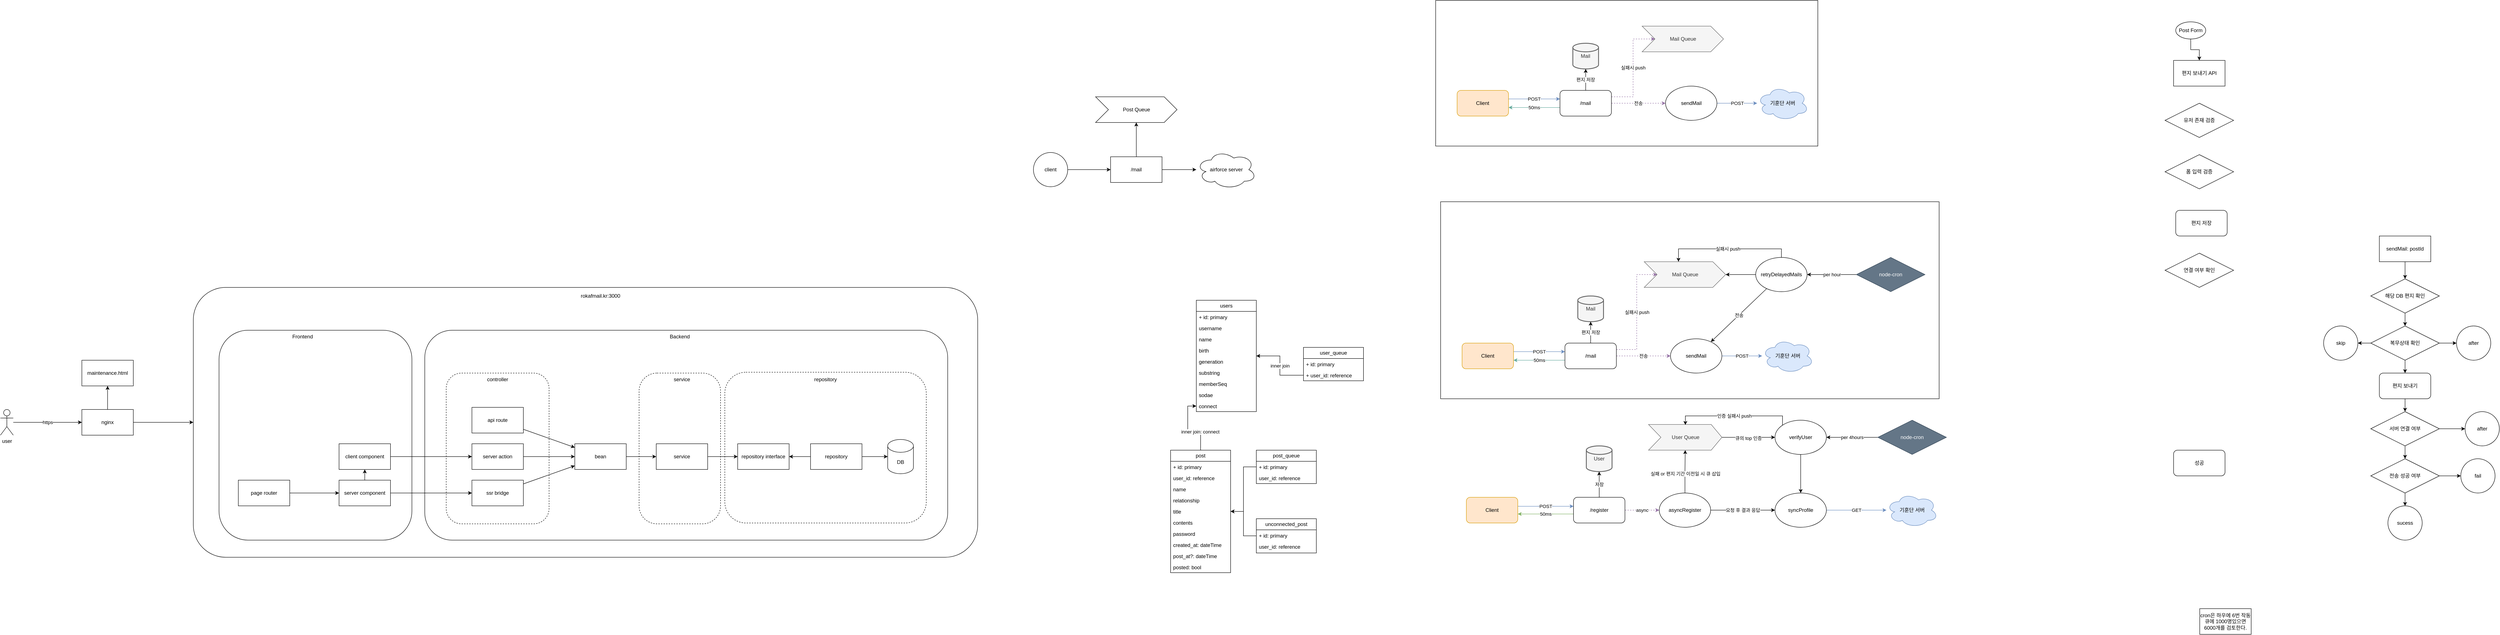
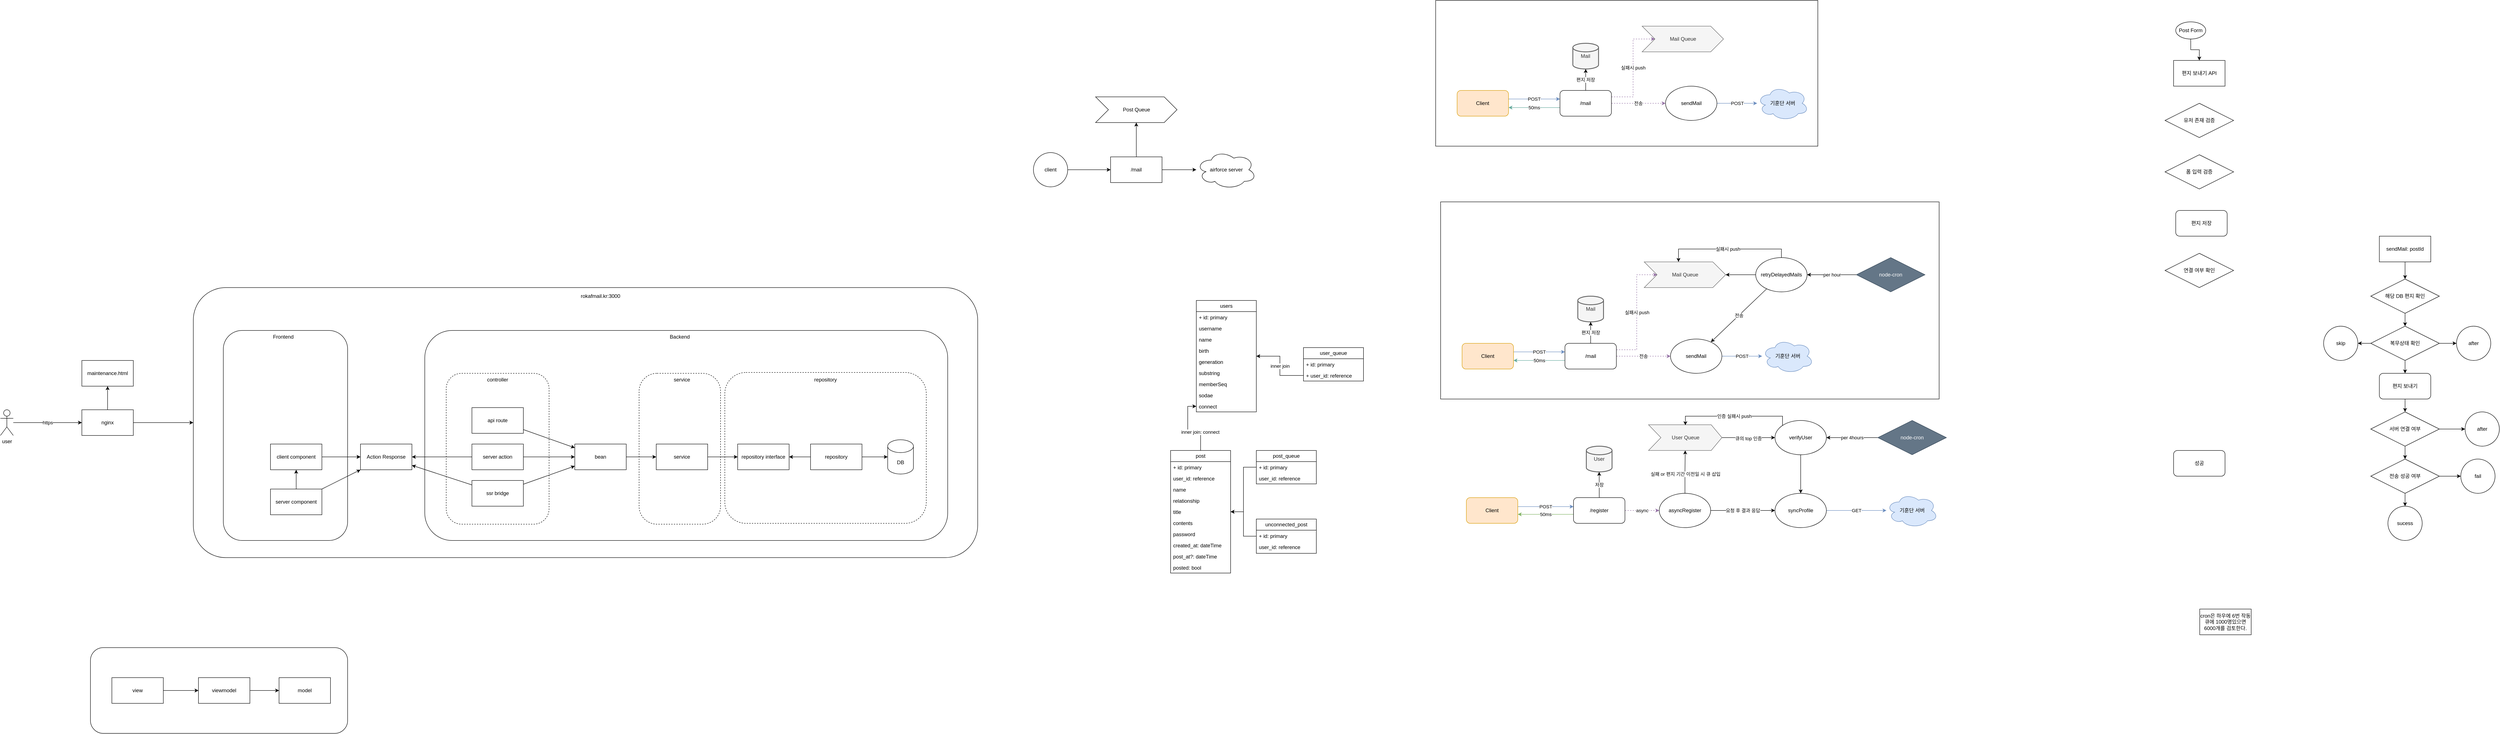
- <mxfile host="app.diagrams.net" modified="2024-07-03T14:45:11.833Z" agent="Mozilla/5.0 (Windows NT 10.0; Win64; x64) AppleWebKit/537.36 (KHTML, like Gecko) Chrome/98.0.4758.102 Safari/537.36" etag="49V6ztZTlKD86482JQOC" version="24.6.4" type="github">
+ <mxfile host="app.diagrams.net" modified="2024-07-03T15:05:26.590Z" agent="Mozilla/5.0 (Windows NT 10.0; Win64; x64) AppleWebKit/537.36 (KHTML, like Gecko) Chrome/98.0.4758.102 Safari/537.36" etag="-XnKcRCWqJ4PHCTnG_m4" version="24.6.4" type="github">
  <diagram name="페이지-1" id="YYIqQqlZSumYDMB_ZiYN">
-     <mxGraphModel dx="5220" dy="2188" grid="1" gridSize="10" guides="1" tooltips="1" connect="1" arrows="1" fold="1" page="1" pageScale="1" pageWidth="827" pageHeight="1169" math="0" shadow="0">
+     <mxGraphModel dx="4817" dy="1973" grid="1" gridSize="10" guides="1" tooltips="1" connect="1" arrows="1" fold="1" page="1" pageScale="1" pageWidth="827" pageHeight="1169" math="0" shadow="0">
      <root>
        <mxCell id="0" />
        <mxCell id="1" parent="0" />
+         <mxCell id="HjyYQR78wkuJb60IUFvB-73" value="" style="rounded=1;whiteSpace=wrap;html=1;arcSize=15;" vertex="1" parent="1">
+           <mxGeometry x="-2440" y="1060" width="600" height="200" as="geometry" />
+         </mxCell>
        <mxCell id="HjyYQR78wkuJb60IUFvB-56" value="" style="rounded=1;whiteSpace=wrap;html=1;arcSize=12;" vertex="1" parent="1">
          <mxGeometry x="-2200" y="220" width="1830" height="630" as="geometry" />
        </mxCell>
        <mxCell id="HjyYQR78wkuJb60IUFvB-39" value="" style="rounded=1;whiteSpace=wrap;html=1;arcSize=15;" vertex="1" parent="1">
-           <mxGeometry x="-2140" y="320" width="450" height="490" as="geometry" />
+           <mxGeometry x="-2130" y="320" width="290" height="490" as="geometry" />
        </mxCell>
        <mxCell id="HjyYQR78wkuJb60IUFvB-35" value="" style="rounded=1;whiteSpace=wrap;html=1;arcSize=13;" vertex="1" parent="1">
          <mxGeometry x="-1660" y="320" width="1220" height="490" as="geometry" />
        </mxCell>
        <mxCell id="HjyYQR78wkuJb60IUFvB-37" value="" style="rounded=1;whiteSpace=wrap;html=1;dashed=1;arcSize=22;" vertex="1" parent="1">
          <mxGeometry x="-1160" y="420" width="190" height="352" as="geometry" />
        </mxCell>
        <mxCell id="HjyYQR78wkuJb60IUFvB-32" value="" style="rounded=1;whiteSpace=wrap;html=1;dashed=1;arcSize=14;" vertex="1" parent="1">
          <mxGeometry x="-960" y="418" width="470" height="352" as="geometry" />
        </mxCell>
        <mxCell id="HjyYQR78wkuJb60IUFvB-33" value="repository" style="text;html=1;align=center;verticalAlign=middle;whiteSpace=wrap;rounded=0;" vertex="1" parent="1">
          <mxGeometry x="-755" y="420" width="60" height="30" as="geometry" />
        </mxCell>
        <mxCell id="HjyYQR78wkuJb60IUFvB-30" value="" style="rounded=1;whiteSpace=wrap;html=1;dashed=1;" vertex="1" parent="1">
          <mxGeometry x="-1610" y="420" width="240" height="352" as="geometry" />
        </mxCell>
        <mxCell id="cLTC8Ta03XSz9wgc8oL8-10" value="" style="rounded=0;whiteSpace=wrap;html=1;" parent="1" vertex="1">
          <mxGeometry x="710" y="20" width="1163" height="460" as="geometry" />
        </mxCell>
        <mxCell id="AZsRamwOxZUp80OkMe_C-2" value="users" style="swimlane;fontStyle=0;childLayout=stackLayout;horizontal=1;startSize=26;fillColor=none;horizontalStack=0;resizeParent=1;resizeParentMax=0;resizeLast=0;collapsible=1;marginBottom=0;whiteSpace=wrap;html=1;" parent="1" vertex="1">
          <mxGeometry x="140" y="250" width="140" height="260" as="geometry" />
        </mxCell>
        <mxCell id="AZsRamwOxZUp80OkMe_C-3" value="+ id: primary" style="text;strokeColor=none;fillColor=none;align=left;verticalAlign=top;spacingLeft=4;spacingRight=4;overflow=hidden;rotatable=0;points=[[0,0.5],[1,0.5]];portConstraint=eastwest;whiteSpace=wrap;html=1;" parent="AZsRamwOxZUp80OkMe_C-2" vertex="1">
          <mxGeometry y="26" width="140" height="26" as="geometry" />
        </mxCell>
        <mxCell id="AZsRamwOxZUp80OkMe_C-4" value="username" style="text;strokeColor=none;fillColor=none;align=left;verticalAlign=top;spacingLeft=4;spacingRight=4;overflow=hidden;rotatable=0;points=[[0,0.5],[1,0.5]];portConstraint=eastwest;whiteSpace=wrap;html=1;" parent="AZsRamwOxZUp80OkMe_C-2" vertex="1">
          <mxGeometry y="52" width="140" height="26" as="geometry" />
        </mxCell>
        <mxCell id="AZsRamwOxZUp80OkMe_C-5" value="name" style="text;strokeColor=none;fillColor=none;align=left;verticalAlign=top;spacingLeft=4;spacingRight=4;overflow=hidden;rotatable=0;points=[[0,0.5],[1,0.5]];portConstraint=eastwest;whiteSpace=wrap;html=1;" parent="AZsRamwOxZUp80OkMe_C-2" vertex="1">
          <mxGeometry y="78" width="140" height="26" as="geometry" />
        </mxCell>
        <mxCell id="AZsRamwOxZUp80OkMe_C-10" value="birth" style="text;strokeColor=none;fillColor=none;align=left;verticalAlign=top;spacingLeft=4;spacingRight=4;overflow=hidden;rotatable=0;points=[[0,0.5],[1,0.5]];portConstraint=eastwest;whiteSpace=wrap;html=1;" parent="AZsRamwOxZUp80OkMe_C-2" vertex="1">
          <mxGeometry y="104" width="140" height="26" as="geometry" />
        </mxCell>
        <mxCell id="AZsRamwOxZUp80OkMe_C-11" value="generation" style="text;strokeColor=none;fillColor=none;align=left;verticalAlign=top;spacingLeft=4;spacingRight=4;overflow=hidden;rotatable=0;points=[[0,0.5],[1,0.5]];portConstraint=eastwest;whiteSpace=wrap;html=1;" parent="AZsRamwOxZUp80OkMe_C-2" vertex="1">
          <mxGeometry y="130" width="140" height="26" as="geometry" />
        </mxCell>
        <mxCell id="AZsRamwOxZUp80OkMe_C-12" value="substring" style="text;strokeColor=none;fillColor=none;align=left;verticalAlign=top;spacingLeft=4;spacingRight=4;overflow=hidden;rotatable=0;points=[[0,0.5],[1,0.5]];portConstraint=eastwest;whiteSpace=wrap;html=1;" parent="AZsRamwOxZUp80OkMe_C-2" vertex="1">
          <mxGeometry y="156" width="140" height="26" as="geometry" />
        </mxCell>
        <mxCell id="AZsRamwOxZUp80OkMe_C-15" value="memberSeq" style="text;strokeColor=none;fillColor=none;align=left;verticalAlign=top;spacingLeft=4;spacingRight=4;overflow=hidden;rotatable=0;points=[[0,0.5],[1,0.5]];portConstraint=eastwest;whiteSpace=wrap;html=1;" parent="AZsRamwOxZUp80OkMe_C-2" vertex="1">
          <mxGeometry y="182" width="140" height="26" as="geometry" />
        </mxCell>
        <mxCell id="AZsRamwOxZUp80OkMe_C-14" value="sodae" style="text;strokeColor=none;fillColor=none;align=left;verticalAlign=top;spacingLeft=4;spacingRight=4;overflow=hidden;rotatable=0;points=[[0,0.5],[1,0.5]];portConstraint=eastwest;whiteSpace=wrap;html=1;" parent="AZsRamwOxZUp80OkMe_C-2" vertex="1">
          <mxGeometry y="208" width="140" height="26" as="geometry" />
        </mxCell>
        <mxCell id="AZsRamwOxZUp80OkMe_C-16" value="connect" style="text;strokeColor=none;fillColor=none;align=left;verticalAlign=top;spacingLeft=4;spacingRight=4;overflow=hidden;rotatable=0;points=[[0,0.5],[1,0.5]];portConstraint=eastwest;whiteSpace=wrap;html=1;" parent="AZsRamwOxZUp80OkMe_C-2" vertex="1">
          <mxGeometry y="234" width="140" height="26" as="geometry" />
        </mxCell>
        <mxCell id="AZsRamwOxZUp80OkMe_C-6" value="user_queue" style="swimlane;fontStyle=0;childLayout=stackLayout;horizontal=1;startSize=26;fillColor=none;horizontalStack=0;resizeParent=1;resizeParentMax=0;resizeLast=0;collapsible=1;marginBottom=0;whiteSpace=wrap;html=1;" parent="1" vertex="1">
          <mxGeometry x="390" y="360" width="140" height="78" as="geometry" />
        </mxCell>
        <mxCell id="AZsRamwOxZUp80OkMe_C-18" value="+ id: primary" style="text;strokeColor=none;fillColor=none;align=left;verticalAlign=top;spacingLeft=4;spacingRight=4;overflow=hidden;rotatable=0;points=[[0,0.5],[1,0.5]];portConstraint=eastwest;whiteSpace=wrap;html=1;" parent="AZsRamwOxZUp80OkMe_C-6" vertex="1">
          <mxGeometry y="26" width="140" height="26" as="geometry" />
        </mxCell>
        <mxCell id="AZsRamwOxZUp80OkMe_C-7" value="+ user_id: reference" style="text;strokeColor=none;fillColor=none;align=left;verticalAlign=top;spacingLeft=4;spacingRight=4;overflow=hidden;rotatable=0;points=[[0,0.5],[1,0.5]];portConstraint=eastwest;whiteSpace=wrap;html=1;" parent="AZsRamwOxZUp80OkMe_C-6" vertex="1">
          <mxGeometry y="52" width="140" height="26" as="geometry" />
        </mxCell>
        <mxCell id="AZsRamwOxZUp80OkMe_C-19" value="inner join" style="edgeStyle=orthogonalEdgeStyle;rounded=0;orthogonalLoop=1;jettySize=auto;html=1;" parent="1" source="AZsRamwOxZUp80OkMe_C-7" target="AZsRamwOxZUp80OkMe_C-2" edge="1">
          <mxGeometry relative="1" as="geometry" />
        </mxCell>
        <mxCell id="F6sanjwA14LKa2ckui42-2" style="edgeStyle=orthogonalEdgeStyle;rounded=0;orthogonalLoop=1;jettySize=auto;html=1;" parent="1" source="AZsRamwOxZUp80OkMe_C-20" target="AZsRamwOxZUp80OkMe_C-16" edge="1">
          <mxGeometry relative="1" as="geometry" />
        </mxCell>
        <mxCell id="F6sanjwA14LKa2ckui42-3" value="inner join: connect" style="edgeLabel;html=1;align=center;verticalAlign=middle;resizable=0;points=[];" parent="F6sanjwA14LKa2ckui42-2" vertex="1" connectable="0">
          <mxGeometry x="-0.4284" y="1" relative="1" as="geometry">
            <mxPoint as="offset" />
          </mxGeometry>
        </mxCell>
        <mxCell id="AZsRamwOxZUp80OkMe_C-20" value="post" style="swimlane;fontStyle=0;childLayout=stackLayout;horizontal=1;startSize=26;fillColor=none;horizontalStack=0;resizeParent=1;resizeParentMax=0;resizeLast=0;collapsible=1;marginBottom=0;whiteSpace=wrap;html=1;" parent="1" vertex="1">
          <mxGeometry x="80" y="600" width="140" height="286" as="geometry" />
        </mxCell>
        <mxCell id="AZsRamwOxZUp80OkMe_C-21" value="+ id: primary" style="text;strokeColor=none;fillColor=none;align=left;verticalAlign=top;spacingLeft=4;spacingRight=4;overflow=hidden;rotatable=0;points=[[0,0.5],[1,0.5]];portConstraint=eastwest;whiteSpace=wrap;html=1;" parent="AZsRamwOxZUp80OkMe_C-20" vertex="1">
          <mxGeometry y="26" width="140" height="26" as="geometry" />
        </mxCell>
        <mxCell id="AZsRamwOxZUp80OkMe_C-22" value="user_id: reference" style="text;strokeColor=none;fillColor=none;align=left;verticalAlign=top;spacingLeft=4;spacingRight=4;overflow=hidden;rotatable=0;points=[[0,0.5],[1,0.5]];portConstraint=eastwest;whiteSpace=wrap;html=1;" parent="AZsRamwOxZUp80OkMe_C-20" vertex="1">
          <mxGeometry y="52" width="140" height="26" as="geometry" />
        </mxCell>
        <mxCell id="AZsRamwOxZUp80OkMe_C-23" value="name" style="text;strokeColor=none;fillColor=none;align=left;verticalAlign=top;spacingLeft=4;spacingRight=4;overflow=hidden;rotatable=0;points=[[0,0.5],[1,0.5]];portConstraint=eastwest;whiteSpace=wrap;html=1;" parent="AZsRamwOxZUp80OkMe_C-20" vertex="1">
          <mxGeometry y="78" width="140" height="26" as="geometry" />
        </mxCell>
        <mxCell id="AZsRamwOxZUp80OkMe_C-24" value="relationship" style="text;strokeColor=none;fillColor=none;align=left;verticalAlign=top;spacingLeft=4;spacingRight=4;overflow=hidden;rotatable=0;points=[[0,0.5],[1,0.5]];portConstraint=eastwest;whiteSpace=wrap;html=1;" parent="AZsRamwOxZUp80OkMe_C-20" vertex="1">
          <mxGeometry y="104" width="140" height="26" as="geometry" />
        </mxCell>
        <mxCell id="AZsRamwOxZUp80OkMe_C-25" value="title" style="text;strokeColor=none;fillColor=none;align=left;verticalAlign=top;spacingLeft=4;spacingRight=4;overflow=hidden;rotatable=0;points=[[0,0.5],[1,0.5]];portConstraint=eastwest;whiteSpace=wrap;html=1;" parent="AZsRamwOxZUp80OkMe_C-20" vertex="1">
          <mxGeometry y="130" width="140" height="26" as="geometry" />
        </mxCell>
        <mxCell id="AZsRamwOxZUp80OkMe_C-26" value="contents" style="text;strokeColor=none;fillColor=none;align=left;verticalAlign=top;spacingLeft=4;spacingRight=4;overflow=hidden;rotatable=0;points=[[0,0.5],[1,0.5]];portConstraint=eastwest;whiteSpace=wrap;html=1;" parent="AZsRamwOxZUp80OkMe_C-20" vertex="1">
          <mxGeometry y="156" width="140" height="26" as="geometry" />
        </mxCell>
        <mxCell id="AZsRamwOxZUp80OkMe_C-27" value="password" style="text;strokeColor=none;fillColor=none;align=left;verticalAlign=top;spacingLeft=4;spacingRight=4;overflow=hidden;rotatable=0;points=[[0,0.5],[1,0.5]];portConstraint=eastwest;whiteSpace=wrap;html=1;" parent="AZsRamwOxZUp80OkMe_C-20" vertex="1">
          <mxGeometry y="182" width="140" height="26" as="geometry" />
        </mxCell>
        <mxCell id="AZsRamwOxZUp80OkMe_C-28" value="created_at: dateTime" style="text;strokeColor=none;fillColor=none;align=left;verticalAlign=top;spacingLeft=4;spacingRight=4;overflow=hidden;rotatable=0;points=[[0,0.5],[1,0.5]];portConstraint=eastwest;whiteSpace=wrap;html=1;" parent="AZsRamwOxZUp80OkMe_C-20" vertex="1">
          <mxGeometry y="208" width="140" height="26" as="geometry" />
        </mxCell>
        <mxCell id="AZsRamwOxZUp80OkMe_C-41" value="post_at?: dateTime" style="text;strokeColor=none;fillColor=none;align=left;verticalAlign=top;spacingLeft=4;spacingRight=4;overflow=hidden;rotatable=0;points=[[0,0.5],[1,0.5]];portConstraint=eastwest;whiteSpace=wrap;html=1;" parent="AZsRamwOxZUp80OkMe_C-20" vertex="1">
          <mxGeometry y="234" width="140" height="26" as="geometry" />
        </mxCell>
        <mxCell id="AZsRamwOxZUp80OkMe_C-42" value="posted: bool" style="text;strokeColor=none;fillColor=none;align=left;verticalAlign=top;spacingLeft=4;spacingRight=4;overflow=hidden;rotatable=0;points=[[0,0.5],[1,0.5]];portConstraint=eastwest;whiteSpace=wrap;html=1;" parent="AZsRamwOxZUp80OkMe_C-20" vertex="1">
          <mxGeometry y="260" width="140" height="26" as="geometry" />
        </mxCell>
        <mxCell id="F6sanjwA14LKa2ckui42-4" style="edgeStyle=orthogonalEdgeStyle;rounded=0;orthogonalLoop=1;jettySize=auto;html=1;" parent="1" source="AZsRamwOxZUp80OkMe_C-30" target="AZsRamwOxZUp80OkMe_C-20" edge="1">
          <mxGeometry relative="1" as="geometry" />
        </mxCell>
        <mxCell id="AZsRamwOxZUp80OkMe_C-30" value="post_queue" style="swimlane;fontStyle=0;childLayout=stackLayout;horizontal=1;startSize=26;fillColor=none;horizontalStack=0;resizeParent=1;resizeParentMax=0;resizeLast=0;collapsible=1;marginBottom=0;whiteSpace=wrap;html=1;" parent="1" vertex="1">
          <mxGeometry x="280" y="600" width="140" height="78" as="geometry" />
        </mxCell>
        <mxCell id="AZsRamwOxZUp80OkMe_C-31" value="+ id: primary" style="text;strokeColor=none;fillColor=none;align=left;verticalAlign=top;spacingLeft=4;spacingRight=4;overflow=hidden;rotatable=0;points=[[0,0.5],[1,0.5]];portConstraint=eastwest;whiteSpace=wrap;html=1;" parent="AZsRamwOxZUp80OkMe_C-30" vertex="1">
          <mxGeometry y="26" width="140" height="26" as="geometry" />
        </mxCell>
        <mxCell id="AZsRamwOxZUp80OkMe_C-32" value="user_id: reference" style="text;strokeColor=none;fillColor=none;align=left;verticalAlign=top;spacingLeft=4;spacingRight=4;overflow=hidden;rotatable=0;points=[[0,0.5],[1,0.5]];portConstraint=eastwest;whiteSpace=wrap;html=1;" parent="AZsRamwOxZUp80OkMe_C-30" vertex="1">
          <mxGeometry y="52" width="140" height="26" as="geometry" />
        </mxCell>
        <mxCell id="F6sanjwA14LKa2ckui42-5" style="edgeStyle=orthogonalEdgeStyle;rounded=0;orthogonalLoop=1;jettySize=auto;html=1;" parent="1" source="AZsRamwOxZUp80OkMe_C-46" target="AZsRamwOxZUp80OkMe_C-20" edge="1">
          <mxGeometry relative="1" as="geometry" />
        </mxCell>
        <mxCell id="AZsRamwOxZUp80OkMe_C-46" value="unconnected_post" style="swimlane;fontStyle=0;childLayout=stackLayout;horizontal=1;startSize=26;fillColor=none;horizontalStack=0;resizeParent=1;resizeParentMax=0;resizeLast=0;collapsible=1;marginBottom=0;whiteSpace=wrap;html=1;" parent="1" vertex="1">
          <mxGeometry x="280" y="760" width="140" height="80" as="geometry" />
        </mxCell>
        <mxCell id="AZsRamwOxZUp80OkMe_C-47" value="+ id: primary" style="text;strokeColor=none;fillColor=none;align=left;verticalAlign=top;spacingLeft=4;spacingRight=4;overflow=hidden;rotatable=0;points=[[0,0.5],[1,0.5]];portConstraint=eastwest;whiteSpace=wrap;html=1;" parent="AZsRamwOxZUp80OkMe_C-46" vertex="1">
          <mxGeometry y="26" width="140" height="26" as="geometry" />
        </mxCell>
        <mxCell id="AZsRamwOxZUp80OkMe_C-48" value="user_id: reference" style="text;strokeColor=none;fillColor=none;align=left;verticalAlign=top;spacingLeft=4;spacingRight=4;overflow=hidden;rotatable=0;points=[[0,0.5],[1,0.5]];portConstraint=eastwest;whiteSpace=wrap;html=1;" parent="AZsRamwOxZUp80OkMe_C-46" vertex="1">
          <mxGeometry y="52" width="140" height="28" as="geometry" />
        </mxCell>
        <mxCell id="wQPPLxiwdvjhVnuzjJRF-10" value="실패시 push" style="edgeStyle=elbowEdgeStyle;rounded=0;orthogonalLoop=1;jettySize=auto;html=1;fillColor=#e1d5e7;strokeColor=#9673a6;dashed=1;entryX=0;entryY=0.5;entryDx=30;entryDy=0;entryPerimeter=0;exitX=1;exitY=0.25;exitDx=0;exitDy=0;" parent="1" source="TXcI-fBlLuWAS2TPfB02-22" target="TXcI-fBlLuWAS2TPfB02-9" edge="1">
          <mxGeometry relative="1" as="geometry">
            <mxPoint x="1282.5" y="365" as="sourcePoint" />
          </mxGeometry>
        </mxCell>
        <mxCell id="wQPPLxiwdvjhVnuzjJRF-13" value="POST" style="rounded=0;orthogonalLoop=1;jettySize=auto;html=1;startArrow=none;startFill=0;fillColor=#dae8fc;strokeColor=#6c8ebf;" parent="1" source="wQPPLxiwdvjhVnuzjJRF-19" target="TXcI-fBlLuWAS2TPfB02-2" edge="1">
          <mxGeometry relative="1" as="geometry" />
        </mxCell>
        <mxCell id="TXcI-fBlLuWAS2TPfB02-2" value="기훈단 서버" style="ellipse;shape=cloud;whiteSpace=wrap;html=1;fillColor=#dae8fc;strokeColor=#6c8ebf;" parent="1" vertex="1">
          <mxGeometry x="1460" y="340" width="120" height="80" as="geometry" />
        </mxCell>
        <mxCell id="TXcI-fBlLuWAS2TPfB02-11" value="" style="edgeStyle=orthogonalEdgeStyle;rounded=0;orthogonalLoop=1;jettySize=auto;html=1;" parent="1" source="wQPPLxiwdvjhVnuzjJRF-23" target="TXcI-fBlLuWAS2TPfB02-9" edge="1">
          <mxGeometry relative="1" as="geometry">
            <mxPoint x="1449.9099999999999" y="220" as="targetPoint" />
            <Array as="points" />
          </mxGeometry>
        </mxCell>
        <mxCell id="TXcI-fBlLuWAS2TPfB02-9" value="Mail Queue" style="html=1;shadow=0;dashed=0;align=center;verticalAlign=middle;shape=mxgraph.arrows2.arrow;dy=0;dx=30;notch=30;fillColor=#f5f5f5;fontColor=#333333;strokeColor=#666666;" parent="1" vertex="1">
          <mxGeometry x="1184.91" y="160" width="190" height="60" as="geometry" />
        </mxCell>
        <mxCell id="TXcI-fBlLuWAS2TPfB02-21" value="POST" style="edgeStyle=orthogonalEdgeStyle;rounded=0;orthogonalLoop=1;jettySize=auto;html=1;fillColor=#dae8fc;strokeColor=#6c8ebf;" parent="1" source="TXcI-fBlLuWAS2TPfB02-19" target="TXcI-fBlLuWAS2TPfB02-22" edge="1">
          <mxGeometry relative="1" as="geometry">
            <mxPoint x="970" y="380" as="targetPoint" />
            <Array as="points">
              <mxPoint x="960" y="370" />
              <mxPoint x="960" y="370" />
            </Array>
          </mxGeometry>
        </mxCell>
        <mxCell id="TXcI-fBlLuWAS2TPfB02-19" value="Client" style="rounded=1;whiteSpace=wrap;html=1;fillColor=#ffe6cc;strokeColor=#d79b00;" parent="1" vertex="1">
          <mxGeometry x="760" y="350" width="120" height="60" as="geometry" />
        </mxCell>
        <mxCell id="TXcI-fBlLuWAS2TPfB02-20" value="Mail" style="strokeWidth=2;html=1;shape=mxgraph.flowchart.database;whiteSpace=wrap;fillColor=#f5f5f5;fontColor=#333333;strokeColor=#666666;" parent="1" vertex="1">
          <mxGeometry x="1030" y="240" width="60" height="60" as="geometry" />
        </mxCell>
        <mxCell id="TXcI-fBlLuWAS2TPfB02-23" value="편지 저장" style="edgeStyle=orthogonalEdgeStyle;rounded=0;orthogonalLoop=1;jettySize=auto;html=1;" parent="1" source="TXcI-fBlLuWAS2TPfB02-22" target="TXcI-fBlLuWAS2TPfB02-20" edge="1">
          <mxGeometry relative="1" as="geometry" />
        </mxCell>
        <mxCell id="TXcI-fBlLuWAS2TPfB02-24" value="전송" style="edgeStyle=orthogonalEdgeStyle;rounded=0;orthogonalLoop=1;jettySize=auto;html=1;dashed=1;fillColor=#e1d5e7;strokeColor=#9673a6;" parent="1" source="TXcI-fBlLuWAS2TPfB02-22" target="wQPPLxiwdvjhVnuzjJRF-19" edge="1">
          <mxGeometry relative="1" as="geometry">
            <mxPoint x="1260" y="380" as="targetPoint" />
          </mxGeometry>
        </mxCell>
        <mxCell id="TXcI-fBlLuWAS2TPfB02-26" value="50ms" style="edgeStyle=orthogonalEdgeStyle;rounded=0;orthogonalLoop=1;jettySize=auto;html=1;strokeColor=#67AB9F;" parent="1" source="TXcI-fBlLuWAS2TPfB02-22" target="TXcI-fBlLuWAS2TPfB02-19" edge="1">
          <mxGeometry relative="1" as="geometry">
            <Array as="points">
              <mxPoint x="960" y="390" />
              <mxPoint x="960" y="390" />
            </Array>
          </mxGeometry>
        </mxCell>
        <mxCell id="TXcI-fBlLuWAS2TPfB02-22" value="/mail" style="rounded=1;whiteSpace=wrap;html=1;" parent="1" vertex="1">
          <mxGeometry x="1000" y="350" width="120" height="60" as="geometry" />
        </mxCell>
        <mxCell id="wQPPLxiwdvjhVnuzjJRF-21" value="per hour" style="rounded=0;orthogonalLoop=1;jettySize=auto;html=1;edgeStyle=orthogonalEdgeStyle;" parent="1" source="TXcI-fBlLuWAS2TPfB02-27" target="wQPPLxiwdvjhVnuzjJRF-23" edge="1">
          <mxGeometry relative="1" as="geometry" />
        </mxCell>
        <mxCell id="TXcI-fBlLuWAS2TPfB02-27" value="node-cron" style="rhombus;whiteSpace=wrap;html=1;fillColor=#647687;fontColor=#ffffff;strokeColor=#314354;" parent="1" vertex="1">
          <mxGeometry x="1680" y="150" width="160" height="80" as="geometry" />
        </mxCell>
        <mxCell id="u-H9VCNATk9NBnKGN-eY-5" value="POST" style="edgeStyle=orthogonalEdgeStyle;rounded=0;orthogonalLoop=1;jettySize=auto;html=1;fillColor=#dae8fc;strokeColor=#6c8ebf;" parent="1" edge="1">
          <mxGeometry relative="1" as="geometry">
            <mxPoint x="890" y="731" as="sourcePoint" />
            <mxPoint x="1020" y="731" as="targetPoint" />
          </mxGeometry>
        </mxCell>
        <mxCell id="TXcI-fBlLuWAS2TPfB02-53" value="Client" style="rounded=1;whiteSpace=wrap;html=1;fillColor=#ffe6cc;strokeColor=#d79b00;" parent="1" vertex="1">
          <mxGeometry x="770.0000000000001" y="710" width="120" height="60" as="geometry" />
        </mxCell>
        <mxCell id="TXcI-fBlLuWAS2TPfB02-57" value="async" style="edgeStyle=orthogonalEdgeStyle;rounded=0;orthogonalLoop=1;jettySize=auto;html=1;dashed=1;fillColor=#e1d5e7;strokeColor=#9673a6;" parent="1" source="TXcI-fBlLuWAS2TPfB02-54" target="TXcI-fBlLuWAS2TPfB02-56" edge="1">
          <mxGeometry relative="1" as="geometry" />
        </mxCell>
        <mxCell id="TXcI-fBlLuWAS2TPfB02-59" value="50ms" style="edgeStyle=orthogonalEdgeStyle;rounded=0;orthogonalLoop=1;jettySize=auto;html=1;fillColor=#d5e8d4;strokeColor=#82b366;" parent="1" edge="1">
          <mxGeometry relative="1" as="geometry">
            <mxPoint x="1020" y="749" as="sourcePoint" />
            <mxPoint x="890" y="749" as="targetPoint" />
          </mxGeometry>
        </mxCell>
        <mxCell id="TXcI-fBlLuWAS2TPfB02-65" value="저장" style="edgeStyle=orthogonalEdgeStyle;rounded=0;orthogonalLoop=1;jettySize=auto;html=1;" parent="1" source="TXcI-fBlLuWAS2TPfB02-54" target="TXcI-fBlLuWAS2TPfB02-64" edge="1">
          <mxGeometry relative="1" as="geometry" />
        </mxCell>
        <mxCell id="TXcI-fBlLuWAS2TPfB02-54" value="/register" style="rounded=1;whiteSpace=wrap;html=1;" parent="1" vertex="1">
          <mxGeometry x="1020" y="710" width="120" height="60" as="geometry" />
        </mxCell>
        <mxCell id="TXcI-fBlLuWAS2TPfB02-69" style="edgeStyle=orthogonalEdgeStyle;rounded=0;orthogonalLoop=1;jettySize=auto;html=1;" parent="1" source="TXcI-fBlLuWAS2TPfB02-56" target="TXcI-fBlLuWAS2TPfB02-61" edge="1">
          <mxGeometry relative="1" as="geometry" />
        </mxCell>
        <mxCell id="y1SOeucjYuMJN-nhCAUV-7" value="실패 or 편지 기간 이전일 시 큐 삽입" style="edgeLabel;html=1;align=center;verticalAlign=middle;resizable=0;points=[];" parent="TXcI-fBlLuWAS2TPfB02-69" vertex="1" connectable="0">
          <mxGeometry x="-0.1037" y="-1" relative="1" as="geometry">
            <mxPoint as="offset" />
          </mxGeometry>
        </mxCell>
        <mxCell id="K3UKubzrvV4H-gYz2n_W-7" value="요청 후 결과 응답" style="edgeStyle=orthogonalEdgeStyle;rounded=0;orthogonalLoop=1;jettySize=auto;html=1;" parent="1" source="TXcI-fBlLuWAS2TPfB02-56" target="K3UKubzrvV4H-gYz2n_W-2" edge="1">
          <mxGeometry relative="1" as="geometry" />
        </mxCell>
        <mxCell id="TXcI-fBlLuWAS2TPfB02-56" value="asyncRegister" style="ellipse;whiteSpace=wrap;html=1;" parent="1" vertex="1">
          <mxGeometry x="1220" y="700" width="120" height="80" as="geometry" />
        </mxCell>
        <mxCell id="TXcI-fBlLuWAS2TPfB02-71" style="edgeStyle=orthogonalEdgeStyle;rounded=0;orthogonalLoop=1;jettySize=auto;html=1;" parent="1" source="TXcI-fBlLuWAS2TPfB02-61" target="K3UKubzrvV4H-gYz2n_W-4" edge="1">
          <mxGeometry relative="1" as="geometry">
            <mxPoint x="1440" y="610" as="targetPoint" />
          </mxGeometry>
        </mxCell>
        <mxCell id="y1SOeucjYuMJN-nhCAUV-8" value="큐의 top 인증" style="edgeLabel;html=1;align=center;verticalAlign=middle;resizable=0;points=[];" parent="TXcI-fBlLuWAS2TPfB02-71" vertex="1" connectable="0">
          <mxGeometry x="-0.0036" y="-2" relative="1" as="geometry">
            <mxPoint as="offset" />
          </mxGeometry>
        </mxCell>
        <mxCell id="TXcI-fBlLuWAS2TPfB02-61" value="User Queue" style="html=1;shadow=0;dashed=0;align=center;verticalAlign=middle;shape=mxgraph.arrows2.arrow;dy=0;dx=25;notch=29;fillColor=#f5f5f5;fontColor=#333333;strokeColor=#666666;" parent="1" vertex="1">
          <mxGeometry x="1195" y="540" width="171.25" height="60" as="geometry" />
        </mxCell>
        <mxCell id="TXcI-fBlLuWAS2TPfB02-64" value="User" style="strokeWidth=2;html=1;shape=mxgraph.flowchart.database;whiteSpace=wrap;fillColor=#f5f5f5;fontColor=#333333;strokeColor=#666666;" parent="1" vertex="1">
          <mxGeometry x="1049.91" y="590" width="60" height="60" as="geometry" />
        </mxCell>
        <mxCell id="TXcI-fBlLuWAS2TPfB02-66" value="기훈단 서버" style="ellipse;shape=cloud;whiteSpace=wrap;html=1;fillColor=#dae8fc;strokeColor=#6c8ebf;" parent="1" vertex="1">
          <mxGeometry x="1750" y="700" width="120" height="80" as="geometry" />
        </mxCell>
        <mxCell id="TXcI-fBlLuWAS2TPfB02-81" value="cron은 하우에 6번 작동&lt;div&gt;큐에 1000명있으면&lt;/div&gt;&lt;div&gt;6000개를 검토한다.&lt;/div&gt;" style="whiteSpace=wrap;html=1;" parent="1" vertex="1">
          <mxGeometry x="2481" y="970" width="120" height="60" as="geometry" />
        </mxCell>
        <mxCell id="6U6_2w2MqQ0kD7e6yzDg-1" value="편지 보내기 API" style="rounded=0;whiteSpace=wrap;html=1;" parent="1" vertex="1">
          <mxGeometry x="2420" y="-310" width="120" height="60" as="geometry" />
        </mxCell>
        <mxCell id="6U6_2w2MqQ0kD7e6yzDg-3" style="edgeStyle=orthogonalEdgeStyle;rounded=0;orthogonalLoop=1;jettySize=auto;html=1;" parent="1" source="6U6_2w2MqQ0kD7e6yzDg-2" target="6U6_2w2MqQ0kD7e6yzDg-1" edge="1">
          <mxGeometry relative="1" as="geometry" />
        </mxCell>
        <mxCell id="6U6_2w2MqQ0kD7e6yzDg-2" value="Post Form" style="ellipse;whiteSpace=wrap;html=1;" parent="1" vertex="1">
          <mxGeometry x="2425" y="-400" width="70" height="40" as="geometry" />
        </mxCell>
        <mxCell id="6U6_2w2MqQ0kD7e6yzDg-4" value="유저 존재 검증" style="rhombus;whiteSpace=wrap;html=1;" parent="1" vertex="1">
          <mxGeometry x="2400" y="-210" width="160" height="80" as="geometry" />
        </mxCell>
        <mxCell id="6U6_2w2MqQ0kD7e6yzDg-5" value="폼 입력 검증" style="rhombus;whiteSpace=wrap;html=1;" parent="1" vertex="1">
          <mxGeometry x="2400" y="-90" width="160" height="80" as="geometry" />
        </mxCell>
        <mxCell id="6U6_2w2MqQ0kD7e6yzDg-6" value="편지 저장" style="rounded=1;whiteSpace=wrap;html=1;" parent="1" vertex="1">
          <mxGeometry x="2425" y="40" width="120" height="60" as="geometry" />
        </mxCell>
        <mxCell id="6U6_2w2MqQ0kD7e6yzDg-7" value="연결 여부 확인" style="rhombus;whiteSpace=wrap;html=1;" parent="1" vertex="1">
          <mxGeometry x="2400" y="140" width="160" height="80" as="geometry" />
        </mxCell>
        <mxCell id="6U6_2w2MqQ0kD7e6yzDg-30" style="edgeStyle=orthogonalEdgeStyle;rounded=0;orthogonalLoop=1;jettySize=auto;html=1;" parent="1" source="6U6_2w2MqQ0kD7e6yzDg-10" target="6U6_2w2MqQ0kD7e6yzDg-40" edge="1">
          <mxGeometry relative="1" as="geometry">
            <mxPoint x="2960" y="410" as="targetPoint" />
            <Array as="points" />
          </mxGeometry>
        </mxCell>
        <mxCell id="6U6_2w2MqQ0kD7e6yzDg-31" style="edgeStyle=orthogonalEdgeStyle;rounded=0;orthogonalLoop=1;jettySize=auto;html=1;" parent="1" source="6U6_2w2MqQ0kD7e6yzDg-10" target="6U6_2w2MqQ0kD7e6yzDg-22" edge="1">
          <mxGeometry relative="1" as="geometry" />
        </mxCell>
        <mxCell id="6U6_2w2MqQ0kD7e6yzDg-33" style="edgeStyle=orthogonalEdgeStyle;rounded=0;orthogonalLoop=1;jettySize=auto;html=1;" parent="1" source="6U6_2w2MqQ0kD7e6yzDg-10" target="6U6_2w2MqQ0kD7e6yzDg-32" edge="1">
          <mxGeometry relative="1" as="geometry" />
        </mxCell>
        <mxCell id="6U6_2w2MqQ0kD7e6yzDg-10" value="복무상태 확인" style="rhombus;whiteSpace=wrap;html=1;" parent="1" vertex="1">
          <mxGeometry x="2880" y="310" width="160" height="80" as="geometry" />
        </mxCell>
        <mxCell id="6U6_2w2MqQ0kD7e6yzDg-35" style="edgeStyle=orthogonalEdgeStyle;rounded=0;orthogonalLoop=1;jettySize=auto;html=1;" parent="1" source="6U6_2w2MqQ0kD7e6yzDg-11" target="6U6_2w2MqQ0kD7e6yzDg-34" edge="1">
          <mxGeometry relative="1" as="geometry" />
        </mxCell>
        <mxCell id="6U6_2w2MqQ0kD7e6yzDg-39" style="edgeStyle=orthogonalEdgeStyle;rounded=0;orthogonalLoop=1;jettySize=auto;html=1;" parent="1" source="6U6_2w2MqQ0kD7e6yzDg-11" target="6U6_2w2MqQ0kD7e6yzDg-36" edge="1">
          <mxGeometry relative="1" as="geometry" />
        </mxCell>
        <mxCell id="6U6_2w2MqQ0kD7e6yzDg-11" value="서버 연결 여부" style="rhombus;whiteSpace=wrap;html=1;" parent="1" vertex="1">
          <mxGeometry x="2880" y="510" width="160" height="80" as="geometry" />
        </mxCell>
        <mxCell id="6U6_2w2MqQ0kD7e6yzDg-12" value="성공" style="rounded=1;whiteSpace=wrap;html=1;" parent="1" vertex="1">
          <mxGeometry x="2420" y="600" width="120" height="60" as="geometry" />
        </mxCell>
        <mxCell id="6U6_2w2MqQ0kD7e6yzDg-16" style="edgeStyle=orthogonalEdgeStyle;rounded=0;orthogonalLoop=1;jettySize=auto;html=1;" parent="1" source="6U6_2w2MqQ0kD7e6yzDg-13" target="6U6_2w2MqQ0kD7e6yzDg-15" edge="1">
          <mxGeometry relative="1" as="geometry" />
        </mxCell>
        <mxCell id="6U6_2w2MqQ0kD7e6yzDg-13" value="sendMail: postId" style="rounded=0;whiteSpace=wrap;html=1;" parent="1" vertex="1">
          <mxGeometry x="2900" y="100" width="120" height="60" as="geometry" />
        </mxCell>
        <mxCell id="6U6_2w2MqQ0kD7e6yzDg-17" style="edgeStyle=orthogonalEdgeStyle;rounded=0;orthogonalLoop=1;jettySize=auto;html=1;" parent="1" source="6U6_2w2MqQ0kD7e6yzDg-15" target="6U6_2w2MqQ0kD7e6yzDg-10" edge="1">
          <mxGeometry relative="1" as="geometry" />
        </mxCell>
        <mxCell id="6U6_2w2MqQ0kD7e6yzDg-15" value="해당 DB 편지 확인" style="rhombus;whiteSpace=wrap;html=1;" parent="1" vertex="1">
          <mxGeometry x="2880" y="200" width="160" height="80" as="geometry" />
        </mxCell>
        <mxCell id="6U6_2w2MqQ0kD7e6yzDg-22" value="after" style="ellipse;whiteSpace=wrap;html=1;aspect=fixed;" parent="1" vertex="1">
          <mxGeometry x="3080" y="310" width="80" height="80" as="geometry" />
        </mxCell>
        <mxCell id="6U6_2w2MqQ0kD7e6yzDg-23" value="sucess" style="ellipse;whiteSpace=wrap;html=1;aspect=fixed;" parent="1" vertex="1">
          <mxGeometry x="2920" y="730" width="80" height="80" as="geometry" />
        </mxCell>
        <mxCell id="6U6_2w2MqQ0kD7e6yzDg-25" value="fail" style="ellipse;whiteSpace=wrap;html=1;aspect=fixed;" parent="1" vertex="1">
          <mxGeometry x="3090" y="620" width="80" height="80" as="geometry" />
        </mxCell>
        <mxCell id="6U6_2w2MqQ0kD7e6yzDg-32" value="skip" style="ellipse;whiteSpace=wrap;html=1;aspect=fixed;" parent="1" vertex="1">
          <mxGeometry x="2770" y="310" width="80" height="80" as="geometry" />
        </mxCell>
        <mxCell id="6U6_2w2MqQ0kD7e6yzDg-34" value="after" style="ellipse;whiteSpace=wrap;html=1;aspect=fixed;" parent="1" vertex="1">
          <mxGeometry x="3100" y="510" width="80" height="80" as="geometry" />
        </mxCell>
        <mxCell id="6U6_2w2MqQ0kD7e6yzDg-37" style="edgeStyle=orthogonalEdgeStyle;rounded=0;orthogonalLoop=1;jettySize=auto;html=1;" parent="1" source="6U6_2w2MqQ0kD7e6yzDg-36" target="6U6_2w2MqQ0kD7e6yzDg-25" edge="1">
          <mxGeometry relative="1" as="geometry" />
        </mxCell>
        <mxCell id="6U6_2w2MqQ0kD7e6yzDg-38" style="edgeStyle=orthogonalEdgeStyle;rounded=0;orthogonalLoop=1;jettySize=auto;html=1;" parent="1" source="6U6_2w2MqQ0kD7e6yzDg-36" target="6U6_2w2MqQ0kD7e6yzDg-23" edge="1">
          <mxGeometry relative="1" as="geometry" />
        </mxCell>
        <mxCell id="6U6_2w2MqQ0kD7e6yzDg-36" value="전송 성공 여부" style="rhombus;whiteSpace=wrap;html=1;" parent="1" vertex="1">
          <mxGeometry x="2880" y="620" width="160" height="80" as="geometry" />
        </mxCell>
        <mxCell id="6U6_2w2MqQ0kD7e6yzDg-42" style="edgeStyle=orthogonalEdgeStyle;rounded=0;orthogonalLoop=1;jettySize=auto;html=1;" parent="1" source="6U6_2w2MqQ0kD7e6yzDg-40" target="6U6_2w2MqQ0kD7e6yzDg-11" edge="1">
          <mxGeometry relative="1" as="geometry" />
        </mxCell>
        <mxCell id="6U6_2w2MqQ0kD7e6yzDg-40" value="편지 보내기" style="rounded=1;whiteSpace=wrap;html=1;" parent="1" vertex="1">
          <mxGeometry x="2900" y="420" width="120" height="60" as="geometry" />
        </mxCell>
        <mxCell id="wQPPLxiwdvjhVnuzjJRF-7" style="edgeStyle=orthogonalEdgeStyle;rounded=0;orthogonalLoop=1;jettySize=auto;html=1;" parent="1" source="wQPPLxiwdvjhVnuzjJRF-2" target="wQPPLxiwdvjhVnuzjJRF-6" edge="1">
          <mxGeometry relative="1" as="geometry" />
        </mxCell>
        <mxCell id="wQPPLxiwdvjhVnuzjJRF-9" style="edgeStyle=orthogonalEdgeStyle;rounded=0;orthogonalLoop=1;jettySize=auto;html=1;" parent="1" source="wQPPLxiwdvjhVnuzjJRF-2" target="wQPPLxiwdvjhVnuzjJRF-8" edge="1">
          <mxGeometry relative="1" as="geometry" />
        </mxCell>
        <mxCell id="wQPPLxiwdvjhVnuzjJRF-2" value="/mail" style="rounded=0;whiteSpace=wrap;html=1;" parent="1" vertex="1">
          <mxGeometry x="-60" y="-85" width="120" height="60" as="geometry" />
        </mxCell>
        <mxCell id="wQPPLxiwdvjhVnuzjJRF-5" style="edgeStyle=orthogonalEdgeStyle;rounded=0;orthogonalLoop=1;jettySize=auto;html=1;" parent="1" source="wQPPLxiwdvjhVnuzjJRF-4" target="wQPPLxiwdvjhVnuzjJRF-2" edge="1">
          <mxGeometry relative="1" as="geometry" />
        </mxCell>
        <mxCell id="wQPPLxiwdvjhVnuzjJRF-4" value="client" style="ellipse;whiteSpace=wrap;html=1;aspect=fixed;" parent="1" vertex="1">
          <mxGeometry x="-240" y="-95" width="80" height="80" as="geometry" />
        </mxCell>
        <mxCell id="wQPPLxiwdvjhVnuzjJRF-6" value="Post Queue" style="html=1;shadow=0;dashed=0;align=center;verticalAlign=middle;shape=mxgraph.arrows2.arrow;dy=0;dx=30;notch=30;" parent="1" vertex="1">
          <mxGeometry x="-95" y="-225" width="190" height="60" as="geometry" />
        </mxCell>
        <mxCell id="wQPPLxiwdvjhVnuzjJRF-8" value="airforce server" style="ellipse;shape=cloud;whiteSpace=wrap;html=1;" parent="1" vertex="1">
          <mxGeometry x="140" y="-100" width="140" height="90" as="geometry" />
        </mxCell>
        <mxCell id="wQPPLxiwdvjhVnuzjJRF-19" value="sendMail" style="ellipse;whiteSpace=wrap;html=1;" parent="1" vertex="1">
          <mxGeometry x="1246.25" y="340" width="120" height="80" as="geometry" />
        </mxCell>
        <mxCell id="wQPPLxiwdvjhVnuzjJRF-24" value="전송" style="rounded=0;orthogonalLoop=1;jettySize=auto;html=1;" parent="1" source="wQPPLxiwdvjhVnuzjJRF-23" target="wQPPLxiwdvjhVnuzjJRF-19" edge="1">
          <mxGeometry relative="1" as="geometry" />
        </mxCell>
        <mxCell id="cLTC8Ta03XSz9wgc8oL8-4" value="실패시 push" style="edgeStyle=orthogonalEdgeStyle;rounded=0;orthogonalLoop=1;jettySize=auto;html=1;entryX=0;entryY=0;entryDx=80;entryDy=0;entryPerimeter=0;exitX=0.5;exitY=0;exitDx=0;exitDy=0;" parent="1" source="wQPPLxiwdvjhVnuzjJRF-23" target="TXcI-fBlLuWAS2TPfB02-9" edge="1">
          <mxGeometry relative="1" as="geometry" />
        </mxCell>
        <mxCell id="wQPPLxiwdvjhVnuzjJRF-23" value="retryDelayedMails" style="ellipse;whiteSpace=wrap;html=1;" parent="1" vertex="1">
          <mxGeometry x="1445" y="150" width="120" height="80" as="geometry" />
        </mxCell>
        <mxCell id="K3UKubzrvV4H-gYz2n_W-5" value="per 4hours" style="edgeStyle=orthogonalEdgeStyle;rounded=0;orthogonalLoop=1;jettySize=auto;html=1;" parent="1" source="K3UKubzrvV4H-gYz2n_W-1" target="K3UKubzrvV4H-gYz2n_W-4" edge="1">
          <mxGeometry relative="1" as="geometry" />
        </mxCell>
        <mxCell id="K3UKubzrvV4H-gYz2n_W-1" value="node-cron" style="rhombus;whiteSpace=wrap;html=1;fillColor=#647687;fontColor=#ffffff;strokeColor=#314354;" parent="1" vertex="1">
          <mxGeometry x="1730" y="530" width="160" height="80" as="geometry" />
        </mxCell>
        <mxCell id="K3UKubzrvV4H-gYz2n_W-3" value="GET" style="edgeStyle=orthogonalEdgeStyle;rounded=0;orthogonalLoop=1;jettySize=auto;html=1;fillColor=#dae8fc;strokeColor=#6c8ebf;" parent="1" source="K3UKubzrvV4H-gYz2n_W-2" target="TXcI-fBlLuWAS2TPfB02-66" edge="1">
          <mxGeometry relative="1" as="geometry" />
        </mxCell>
        <mxCell id="K3UKubzrvV4H-gYz2n_W-2" value="syncProfile" style="ellipse;whiteSpace=wrap;html=1;" parent="1" vertex="1">
          <mxGeometry x="1490" y="700" width="120" height="80" as="geometry" />
        </mxCell>
        <mxCell id="K3UKubzrvV4H-gYz2n_W-6" style="edgeStyle=orthogonalEdgeStyle;rounded=0;orthogonalLoop=1;jettySize=auto;html=1;" parent="1" source="K3UKubzrvV4H-gYz2n_W-4" target="K3UKubzrvV4H-gYz2n_W-2" edge="1">
          <mxGeometry relative="1" as="geometry" />
        </mxCell>
        <mxCell id="K3UKubzrvV4H-gYz2n_W-8" value="인증 실패시 push" style="edgeStyle=orthogonalEdgeStyle;rounded=0;orthogonalLoop=1;jettySize=auto;html=1;exitX=0;exitY=0;exitDx=0;exitDy=0;entryX=0.502;entryY=0.017;entryDx=0;entryDy=0;entryPerimeter=0;" parent="1" source="K3UKubzrvV4H-gYz2n_W-4" target="TXcI-fBlLuWAS2TPfB02-61" edge="1">
          <mxGeometry relative="1" as="geometry">
            <mxPoint x="1300" y="480" as="targetPoint" />
            <Array as="points">
              <mxPoint x="1508" y="520" />
              <mxPoint x="1281" y="520" />
            </Array>
          </mxGeometry>
        </mxCell>
        <mxCell id="K3UKubzrvV4H-gYz2n_W-4" value="verifyUser" style="ellipse;whiteSpace=wrap;html=1;" parent="1" vertex="1">
          <mxGeometry x="1490" y="530" width="120" height="80" as="geometry" />
        </mxCell>
        <mxCell id="cLTC8Ta03XSz9wgc8oL8-30" value="" style="group" parent="1" vertex="1" connectable="0">
          <mxGeometry x="698.41" y="-450" width="891.59" height="340" as="geometry" />
        </mxCell>
        <mxCell id="cLTC8Ta03XSz9wgc8oL8-11" value="" style="rounded=0;whiteSpace=wrap;html=1;" parent="cLTC8Ta03XSz9wgc8oL8-30" vertex="1">
          <mxGeometry width="891.59" height="340" as="geometry" />
        </mxCell>
        <mxCell id="cLTC8Ta03XSz9wgc8oL8-12" value="실패시 push" style="edgeStyle=elbowEdgeStyle;rounded=0;orthogonalLoop=1;jettySize=auto;html=1;fillColor=#e1d5e7;strokeColor=#9673a6;dashed=1;entryX=0;entryY=0.5;entryDx=30;entryDy=0;entryPerimeter=0;exitX=1;exitY=0.25;exitDx=0;exitDy=0;" parent="cLTC8Ta03XSz9wgc8oL8-30" source="cLTC8Ta03XSz9wgc8oL8-23" target="cLTC8Ta03XSz9wgc8oL8-16" edge="1">
          <mxGeometry relative="1" as="geometry">
            <mxPoint x="572.5000000000001" y="225" as="sourcePoint" />
          </mxGeometry>
        </mxCell>
        <mxCell id="cLTC8Ta03XSz9wgc8oL8-13" value="POST" style="rounded=0;orthogonalLoop=1;jettySize=auto;html=1;startArrow=none;startFill=0;fillColor=#dae8fc;strokeColor=#6c8ebf;" parent="cLTC8Ta03XSz9wgc8oL8-30" source="cLTC8Ta03XSz9wgc8oL8-26" target="cLTC8Ta03XSz9wgc8oL8-14" edge="1">
          <mxGeometry relative="1" as="geometry" />
        </mxCell>
        <mxCell id="cLTC8Ta03XSz9wgc8oL8-14" value="기훈단 서버" style="ellipse;shape=cloud;whiteSpace=wrap;html=1;fillColor=#dae8fc;strokeColor=#6c8ebf;" parent="cLTC8Ta03XSz9wgc8oL8-30" vertex="1">
          <mxGeometry x="750.0000000000001" y="200" width="120" height="80" as="geometry" />
        </mxCell>
        <mxCell id="cLTC8Ta03XSz9wgc8oL8-16" value="Mail Queue" style="html=1;shadow=0;dashed=0;align=center;verticalAlign=middle;shape=mxgraph.arrows2.arrow;dy=0;dx=30;notch=30;fillColor=#f5f5f5;fontColor=#333333;strokeColor=#666666;" parent="cLTC8Ta03XSz9wgc8oL8-30" vertex="1">
          <mxGeometry x="481.59000000000026" y="60" width="190" height="60" as="geometry" />
        </mxCell>
        <mxCell id="cLTC8Ta03XSz9wgc8oL8-17" value="POST" style="edgeStyle=orthogonalEdgeStyle;rounded=0;orthogonalLoop=1;jettySize=auto;html=1;fillColor=#dae8fc;strokeColor=#6c8ebf;" parent="cLTC8Ta03XSz9wgc8oL8-30" source="cLTC8Ta03XSz9wgc8oL8-18" target="cLTC8Ta03XSz9wgc8oL8-23" edge="1">
          <mxGeometry relative="1" as="geometry">
            <mxPoint x="260" y="240" as="targetPoint" />
            <Array as="points">
              <mxPoint x="250" y="230" />
              <mxPoint x="250" y="230" />
            </Array>
          </mxGeometry>
        </mxCell>
        <mxCell id="cLTC8Ta03XSz9wgc8oL8-18" value="Client" style="rounded=1;whiteSpace=wrap;html=1;fillColor=#ffe6cc;strokeColor=#d79b00;" parent="cLTC8Ta03XSz9wgc8oL8-30" vertex="1">
          <mxGeometry x="50" y="210" width="120" height="60" as="geometry" />
        </mxCell>
        <mxCell id="cLTC8Ta03XSz9wgc8oL8-19" value="Mail" style="strokeWidth=2;html=1;shape=mxgraph.flowchart.database;whiteSpace=wrap;fillColor=#f5f5f5;fontColor=#333333;strokeColor=#666666;" parent="cLTC8Ta03XSz9wgc8oL8-30" vertex="1">
          <mxGeometry x="320" y="100" width="60" height="60" as="geometry" />
        </mxCell>
        <mxCell id="cLTC8Ta03XSz9wgc8oL8-20" value="편지 저장" style="edgeStyle=orthogonalEdgeStyle;rounded=0;orthogonalLoop=1;jettySize=auto;html=1;" parent="cLTC8Ta03XSz9wgc8oL8-30" source="cLTC8Ta03XSz9wgc8oL8-23" target="cLTC8Ta03XSz9wgc8oL8-19" edge="1">
          <mxGeometry relative="1" as="geometry" />
        </mxCell>
        <mxCell id="cLTC8Ta03XSz9wgc8oL8-21" value="전송" style="edgeStyle=orthogonalEdgeStyle;rounded=0;orthogonalLoop=1;jettySize=auto;html=1;dashed=1;fillColor=#e1d5e7;strokeColor=#9673a6;" parent="cLTC8Ta03XSz9wgc8oL8-30" source="cLTC8Ta03XSz9wgc8oL8-23" target="cLTC8Ta03XSz9wgc8oL8-26" edge="1">
          <mxGeometry relative="1" as="geometry">
            <mxPoint x="550.0000000000001" y="240" as="targetPoint" />
          </mxGeometry>
        </mxCell>
        <mxCell id="cLTC8Ta03XSz9wgc8oL8-22" value="50ms" style="edgeStyle=orthogonalEdgeStyle;rounded=0;orthogonalLoop=1;jettySize=auto;html=1;strokeColor=#67AB9F;" parent="cLTC8Ta03XSz9wgc8oL8-30" source="cLTC8Ta03XSz9wgc8oL8-23" target="cLTC8Ta03XSz9wgc8oL8-18" edge="1">
          <mxGeometry relative="1" as="geometry">
            <Array as="points">
              <mxPoint x="250" y="250" />
              <mxPoint x="250" y="250" />
            </Array>
          </mxGeometry>
        </mxCell>
        <mxCell id="cLTC8Ta03XSz9wgc8oL8-23" value="/mail" style="rounded=1;whiteSpace=wrap;html=1;" parent="cLTC8Ta03XSz9wgc8oL8-30" vertex="1">
          <mxGeometry x="290" y="210" width="120" height="60" as="geometry" />
        </mxCell>
        <mxCell id="cLTC8Ta03XSz9wgc8oL8-26" value="sendMail" style="ellipse;whiteSpace=wrap;html=1;" parent="cLTC8Ta03XSz9wgc8oL8-30" vertex="1">
          <mxGeometry x="536.2500000000001" y="200" width="120" height="80" as="geometry" />
        </mxCell>
        <mxCell id="HjyYQR78wkuJb60IUFvB-1" value="DB" style="shape=cylinder3;whiteSpace=wrap;html=1;boundedLbl=1;backgroundOutline=1;size=15;" vertex="1" parent="1">
          <mxGeometry x="-580" y="575" width="60" height="80" as="geometry" />
        </mxCell>
        <mxCell id="HjyYQR78wkuJb60IUFvB-27" style="edgeStyle=orthogonalEdgeStyle;rounded=0;orthogonalLoop=1;jettySize=auto;html=1;" edge="1" parent="1" source="HjyYQR78wkuJb60IUFvB-2" target="HjyYQR78wkuJb60IUFvB-21">
          <mxGeometry relative="1" as="geometry" />
        </mxCell>
        <mxCell id="HjyYQR78wkuJb60IUFvB-2" value="bean" style="rounded=0;whiteSpace=wrap;html=1;" vertex="1" parent="1">
          <mxGeometry x="-1310" y="585" width="120" height="60" as="geometry" />
        </mxCell>
        <mxCell id="HjyYQR78wkuJb60IUFvB-5" style="edgeStyle=orthogonalEdgeStyle;rounded=0;orthogonalLoop=1;jettySize=auto;html=1;" edge="1" parent="1" source="HjyYQR78wkuJb60IUFvB-4" target="HjyYQR78wkuJb60IUFvB-1">
          <mxGeometry relative="1" as="geometry" />
        </mxCell>
        <mxCell id="HjyYQR78wkuJb60IUFvB-9" style="edgeStyle=orthogonalEdgeStyle;rounded=0;orthogonalLoop=1;jettySize=auto;html=1;" edge="1" parent="1" source="HjyYQR78wkuJb60IUFvB-4" target="HjyYQR78wkuJb60IUFvB-6">
          <mxGeometry relative="1" as="geometry" />
        </mxCell>
        <mxCell id="HjyYQR78wkuJb60IUFvB-4" value="repository" style="rounded=0;whiteSpace=wrap;html=1;" vertex="1" parent="1">
          <mxGeometry x="-760" y="585" width="120" height="60" as="geometry" />
        </mxCell>
        <mxCell id="HjyYQR78wkuJb60IUFvB-6" value="repository interface" style="rounded=0;whiteSpace=wrap;html=1;" vertex="1" parent="1">
          <mxGeometry x="-930" y="585" width="120" height="60" as="geometry" />
        </mxCell>
        <mxCell id="HjyYQR78wkuJb60IUFvB-12" style="edgeStyle=orthogonalEdgeStyle;rounded=0;orthogonalLoop=1;jettySize=auto;html=1;" edge="1" parent="1" source="HjyYQR78wkuJb60IUFvB-11" target="HjyYQR78wkuJb60IUFvB-2">
          <mxGeometry relative="1" as="geometry" />
        </mxCell>
+         <mxCell id="HjyYQR78wkuJb60IUFvB-67" style="edgeStyle=orthogonalEdgeStyle;rounded=0;orthogonalLoop=1;jettySize=auto;html=1;" edge="1" parent="1" source="HjyYQR78wkuJb60IUFvB-11" target="HjyYQR78wkuJb60IUFvB-66">
+           <mxGeometry relative="1" as="geometry" />
+         </mxCell>
        <mxCell id="HjyYQR78wkuJb60IUFvB-11" value="server action" style="rounded=0;whiteSpace=wrap;html=1;" vertex="1" parent="1">
          <mxGeometry x="-1550" y="585" width="120" height="60" as="geometry" />
        </mxCell>
-         <mxCell id="HjyYQR78wkuJb60IUFvB-43" style="edgeStyle=orthogonalEdgeStyle;rounded=0;orthogonalLoop=1;jettySize=auto;html=1;" edge="1" parent="1" source="HjyYQR78wkuJb60IUFvB-13" target="HjyYQR78wkuJb60IUFvB-11">
+         <mxCell id="HjyYQR78wkuJb60IUFvB-69" style="edgeStyle=orthogonalEdgeStyle;rounded=0;orthogonalLoop=1;jettySize=auto;html=1;" edge="1" parent="1" source="HjyYQR78wkuJb60IUFvB-13" target="HjyYQR78wkuJb60IUFvB-66">
+           <mxGeometry relative="1" as="geometry" />
+         </mxCell>
+         <mxCell id="HjyYQR78wkuJb60IUFvB-71" style="edgeStyle=orthogonalEdgeStyle;rounded=0;orthogonalLoop=1;jettySize=auto;html=1;" edge="1" parent="1" source="HjyYQR78wkuJb60IUFvB-13" target="HjyYQR78wkuJb60IUFvB-66">
          <mxGeometry relative="1" as="geometry" />
        </mxCell>
        <mxCell id="HjyYQR78wkuJb60IUFvB-13" value="client component" style="rounded=0;whiteSpace=wrap;html=1;" vertex="1" parent="1">
-           <mxGeometry x="-1860" y="585" width="120" height="60" as="geometry" />
+           <mxGeometry x="-2020" y="585" width="120" height="60" as="geometry" />
        </mxCell>
        <mxCell id="HjyYQR78wkuJb60IUFvB-17" style="rounded=0;orthogonalLoop=1;jettySize=auto;html=1;" edge="1" parent="1" source="HjyYQR78wkuJb60IUFvB-14" target="HjyYQR78wkuJb60IUFvB-2">
+           <mxGeometry relative="1" as="geometry" />
+         </mxCell>
+         <mxCell id="HjyYQR78wkuJb60IUFvB-68" style="rounded=0;orthogonalLoop=1;jettySize=auto;html=1;" edge="1" parent="1" source="HjyYQR78wkuJb60IUFvB-14" target="HjyYQR78wkuJb60IUFvB-66">
          <mxGeometry relative="1" as="geometry" />
        </mxCell>
        <mxCell id="HjyYQR78wkuJb60IUFvB-14" value="ssr bridge" style="rounded=0;whiteSpace=wrap;html=1;" vertex="1" parent="1">
          <mxGeometry x="-1550" y="670" width="120" height="60" as="geometry" />
        </mxCell>
        <mxCell id="HjyYQR78wkuJb60IUFvB-16" style="rounded=0;orthogonalLoop=1;jettySize=auto;html=1;" edge="1" parent="1" source="HjyYQR78wkuJb60IUFvB-15" target="HjyYQR78wkuJb60IUFvB-2">
          <mxGeometry relative="1" as="geometry" />
        </mxCell>
        <mxCell id="HjyYQR78wkuJb60IUFvB-15" value="api route" style="rounded=0;whiteSpace=wrap;html=1;" vertex="1" parent="1">
          <mxGeometry x="-1550" y="500" width="120" height="60" as="geometry" />
        </mxCell>
        <mxCell id="HjyYQR78wkuJb60IUFvB-22" style="edgeStyle=orthogonalEdgeStyle;rounded=0;orthogonalLoop=1;jettySize=auto;html=1;" edge="1" parent="1" source="HjyYQR78wkuJb60IUFvB-21" target="HjyYQR78wkuJb60IUFvB-6">
          <mxGeometry relative="1" as="geometry" />
        </mxCell>
        <mxCell id="HjyYQR78wkuJb60IUFvB-21" value="service" style="rounded=0;whiteSpace=wrap;html=1;" vertex="1" parent="1">
          <mxGeometry x="-1120" y="585" width="120" height="60" as="geometry" />
        </mxCell>
        <mxCell id="HjyYQR78wkuJb60IUFvB-31" value="controller" style="text;html=1;align=center;verticalAlign=middle;whiteSpace=wrap;rounded=0;" vertex="1" parent="1">
          <mxGeometry x="-1520" y="420" width="60" height="30" as="geometry" />
        </mxCell>
        <mxCell id="HjyYQR78wkuJb60IUFvB-36" value="Backend" style="text;html=1;align=center;verticalAlign=middle;whiteSpace=wrap;rounded=0;" vertex="1" parent="1">
          <mxGeometry x="-1095" y="320" width="60" height="30" as="geometry" />
        </mxCell>
        <mxCell id="HjyYQR78wkuJb60IUFvB-38" value="service" style="text;html=1;align=center;verticalAlign=middle;whiteSpace=wrap;rounded=0;" vertex="1" parent="1">
          <mxGeometry x="-1090" y="420" width="60" height="30" as="geometry" />
        </mxCell>
-         <mxCell id="HjyYQR78wkuJb60IUFvB-42" style="edgeStyle=orthogonalEdgeStyle;rounded=0;orthogonalLoop=1;jettySize=auto;html=1;" edge="1" parent="1" source="HjyYQR78wkuJb60IUFvB-41" target="HjyYQR78wkuJb60IUFvB-14">
-           <mxGeometry relative="1" as="geometry" />
-         </mxCell>
        <mxCell id="HjyYQR78wkuJb60IUFvB-50" style="edgeStyle=orthogonalEdgeStyle;rounded=0;orthogonalLoop=1;jettySize=auto;html=1;" edge="1" parent="1" source="HjyYQR78wkuJb60IUFvB-41" target="HjyYQR78wkuJb60IUFvB-13">
          <mxGeometry relative="1" as="geometry" />
        </mxCell>
+         <mxCell id="HjyYQR78wkuJb60IUFvB-70" style="rounded=0;orthogonalLoop=1;jettySize=auto;html=1;" edge="1" parent="1" source="HjyYQR78wkuJb60IUFvB-41" target="HjyYQR78wkuJb60IUFvB-66">
+           <mxGeometry relative="1" as="geometry" />
+         </mxCell>
        <mxCell id="HjyYQR78wkuJb60IUFvB-41" value="server component" style="rounded=0;whiteSpace=wrap;html=1;" vertex="1" parent="1">
-           <mxGeometry x="-1860" y="670" width="120" height="60" as="geometry" />
+           <mxGeometry x="-2020" y="690" width="120" height="60" as="geometry" />
        </mxCell>
        <mxCell id="HjyYQR78wkuJb60IUFvB-47" value="Frontend" style="text;html=1;align=center;verticalAlign=middle;whiteSpace=wrap;rounded=0;" vertex="1" parent="1">
-           <mxGeometry x="-1975" y="320" width="60" height="30" as="geometry" />
-         </mxCell>
-         <mxCell id="HjyYQR78wkuJb60IUFvB-49" style="edgeStyle=orthogonalEdgeStyle;rounded=0;orthogonalLoop=1;jettySize=auto;html=1;" edge="1" parent="1" source="HjyYQR78wkuJb60IUFvB-48" target="HjyYQR78wkuJb60IUFvB-41">
-           <mxGeometry relative="1" as="geometry" />
-         </mxCell>
-         <mxCell id="HjyYQR78wkuJb60IUFvB-48" value="page router" style="rounded=0;whiteSpace=wrap;html=1;" vertex="1" parent="1">
-           <mxGeometry x="-2095" y="670" width="120" height="60" as="geometry" />
+           <mxGeometry x="-2020" y="320" width="60" height="30" as="geometry" />
        </mxCell>
        <mxCell id="HjyYQR78wkuJb60IUFvB-58" style="edgeStyle=orthogonalEdgeStyle;rounded=0;orthogonalLoop=1;jettySize=auto;html=1;" edge="1" parent="1" source="HjyYQR78wkuJb60IUFvB-51" target="HjyYQR78wkuJb60IUFvB-56">
          <mxGeometry relative="1" as="geometry" />
        </mxCell>
        <mxCell id="HjyYQR78wkuJb60IUFvB-60" style="edgeStyle=orthogonalEdgeStyle;rounded=0;orthogonalLoop=1;jettySize=auto;html=1;" edge="1" parent="1" source="HjyYQR78wkuJb60IUFvB-51" target="HjyYQR78wkuJb60IUFvB-59">
          <mxGeometry relative="1" as="geometry" />
        </mxCell>
        <mxCell id="HjyYQR78wkuJb60IUFvB-51" value="nginx" style="rounded=0;whiteSpace=wrap;html=1;" vertex="1" parent="1">
          <mxGeometry x="-2460" y="505" width="120" height="60" as="geometry" />
        </mxCell>
        <mxCell id="HjyYQR78wkuJb60IUFvB-54" value="https" style="edgeStyle=orthogonalEdgeStyle;rounded=0;orthogonalLoop=1;jettySize=auto;html=1;" edge="1" parent="1" source="HjyYQR78wkuJb60IUFvB-52" target="HjyYQR78wkuJb60IUFvB-51">
          <mxGeometry relative="1" as="geometry" />
        </mxCell>
        <mxCell id="HjyYQR78wkuJb60IUFvB-52" value="user" style="shape=umlActor;verticalLabelPosition=bottom;verticalAlign=top;html=1;outlineConnect=0;" vertex="1" parent="1">
          <mxGeometry x="-2650" y="505" width="30" height="60" as="geometry" />
        </mxCell>
        <mxCell id="HjyYQR78wkuJb60IUFvB-57" value="rokafmail.kr:3000" style="text;html=1;align=center;verticalAlign=middle;whiteSpace=wrap;rounded=0;" vertex="1" parent="1">
          <mxGeometry x="-1280" y="225" width="60" height="30" as="geometry" />
        </mxCell>
        <mxCell id="HjyYQR78wkuJb60IUFvB-59" value="maintenance.html" style="rounded=0;whiteSpace=wrap;html=1;" vertex="1" parent="1">
          <mxGeometry x="-2460" y="390" width="120" height="60" as="geometry" />
+         </mxCell>
+         <mxCell id="HjyYQR78wkuJb60IUFvB-66" value="Action Response" style="rounded=0;whiteSpace=wrap;html=1;" vertex="1" parent="1">
+           <mxGeometry x="-1810" y="585" width="120" height="60" as="geometry" />
+         </mxCell>
+         <mxCell id="HjyYQR78wkuJb60IUFvB-75" style="edgeStyle=orthogonalEdgeStyle;rounded=0;orthogonalLoop=1;jettySize=auto;html=1;" edge="1" parent="1" source="HjyYQR78wkuJb60IUFvB-72" target="HjyYQR78wkuJb60IUFvB-74">
+           <mxGeometry relative="1" as="geometry" />
+         </mxCell>
+         <mxCell id="HjyYQR78wkuJb60IUFvB-72" value="view" style="rounded=0;whiteSpace=wrap;html=1;" vertex="1" parent="1">
+           <mxGeometry x="-2390" y="1130" width="120" height="60" as="geometry" />
+         </mxCell>
+         <mxCell id="HjyYQR78wkuJb60IUFvB-77" style="edgeStyle=orthogonalEdgeStyle;rounded=0;orthogonalLoop=1;jettySize=auto;html=1;" edge="1" parent="1" source="HjyYQR78wkuJb60IUFvB-74" target="HjyYQR78wkuJb60IUFvB-76">
+           <mxGeometry relative="1" as="geometry" />
+         </mxCell>
+         <mxCell id="HjyYQR78wkuJb60IUFvB-74" value="viewmodel" style="rounded=0;whiteSpace=wrap;html=1;" vertex="1" parent="1">
+           <mxGeometry x="-2188" y="1130" width="120" height="60" as="geometry" />
+         </mxCell>
+         <mxCell id="HjyYQR78wkuJb60IUFvB-76" value="model" style="rounded=0;whiteSpace=wrap;html=1;" vertex="1" parent="1">
+           <mxGeometry x="-2000" y="1130" width="120" height="60" as="geometry" />
        </mxCell>
      </root>
    </mxGraphModel>
  </diagram>
</mxfile>
